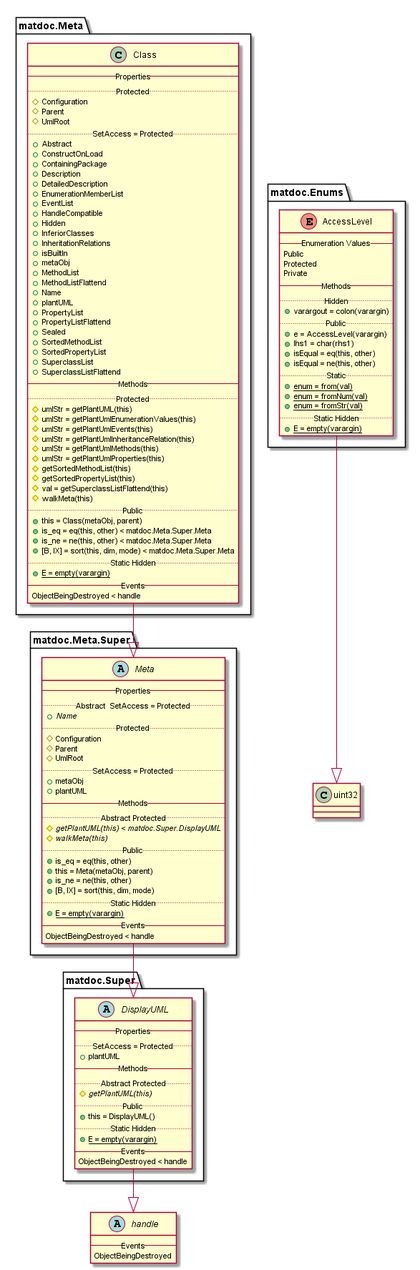
This is doc/uml-examples/export-class-PropertyInheritanceHint-false.png from flxdot/matdoc, a PlantUML export, as it was before one commit.
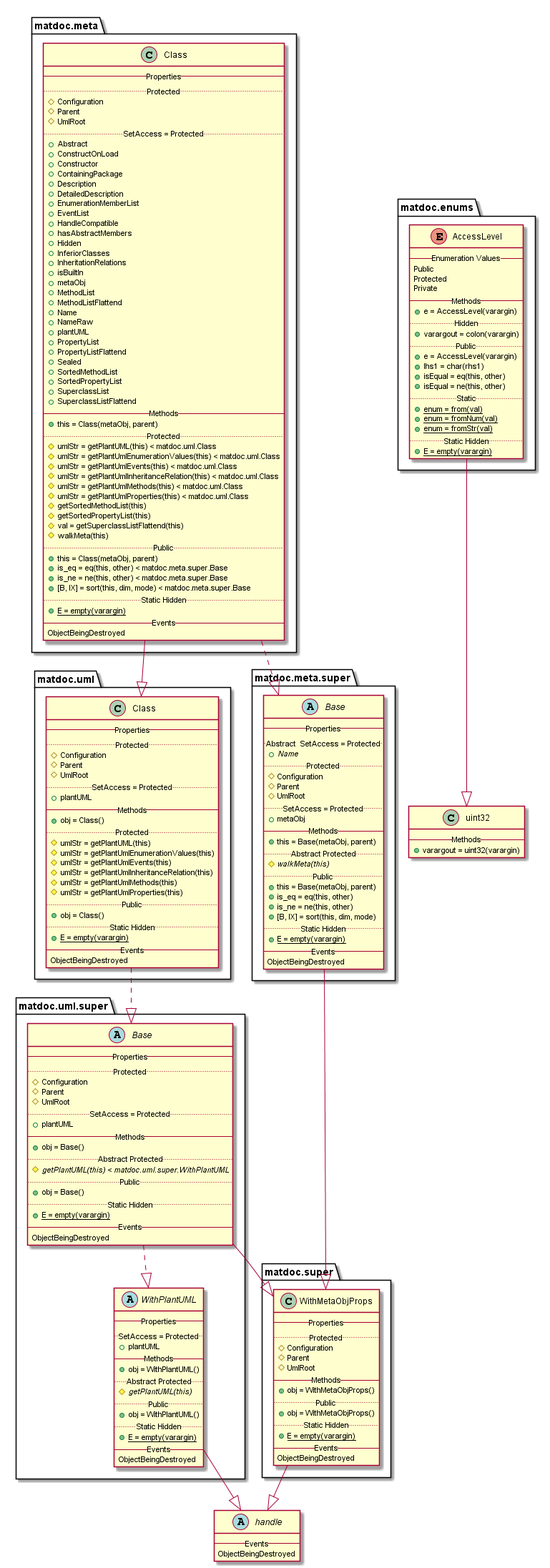
The same diagram one commit later.

Diff of the diagram source:
```diff
@@ -6,12 +6,13 @@
 }
 
 
-enum matdoc.Enums.AccessLevel {
+enum matdoc.enums.AccessLevel {
    -- Enumeration Values --
    Public
    Protected
    Private
    -- Methods --
+   {method} + e = AccessLevel(varargin)
    .. Hidden ..
    {method} + varargout = colon(varargin)
    .. Public ..
@@ -27,9 +28,9 @@
    {method}{static} + E = empty(varargin)
 }
 
-matdoc.Enums.AccessLevel --|> uint32
+matdoc.enums.AccessLevel --|> uint32
 
-class matdoc.Meta.Class {
+class matdoc.meta.Class {
    -- Properties --
    .. Protected ..
    {field} # Configuration
@@ -38,12 +39,14 @@
    .. SetAccess = Protected ..
    {field} + Abstract
    {field} + ConstructOnLoad
+   {field} + Constructor
    {field} + ContainingPackage
    {field} + Description
    {field} + DetailedDescription
    {field} + EnumerationMemberList
    {field} + EventList
    {field} + HandleCompatible
+   {field} + hasAbstractMembers
    {field} + Hidden
    {field} + InferiorClasses
    {field} + InheritationRelations
@@ -52,6 +55,7 @@
    {field} + MethodList
    {field} + MethodListFlattend
    {field} + Name
+   {field} + NameRaw
    {field} + plantUML
    {field} + PropertyList
    {field} + PropertyListFlattend
@@ -61,31 +65,33 @@
    {field} + SuperclassList
    {field} + SuperclassListFlattend
    -- Methods --
+   {method} + this = Class(metaObj, parent)
    .. Protected ..
-   {method} # umlStr = getPlantUML(this)
-   {method} # umlStr = getPlantUmlEnumerationValues(this)
-   {method} # umlStr = getPlantUmlEvents(this)
-   {method} # umlStr = getPlantUmlInheritanceRelation(this)
-   {method} # umlStr = getPlantUmlMethods(this)
-   {method} # umlStr = getPlantUmlProperties(this)
+   {method} # umlStr = getPlantUML(this) < matdoc.uml.Class
+   {method} # umlStr = getPlantUmlEnumerationValues(this) < matdoc.uml.Class
+   {method} # umlStr = getPlantUmlEvents(this) < matdoc.uml.Class
+   {method} # umlStr = getPlantUmlInheritanceRelation(this) < matdoc.uml.Class
+   {method} # umlStr = getPlantUmlMethods(this) < matdoc.uml.Class
+   {method} # umlStr = getPlantUmlProperties(this) < matdoc.uml.Class
    {method} # getSortedMethodList(this)
    {method} # getSortedPropertyList(this)
    {method} # val = getSuperclassListFlattend(this)
    {method} # walkMeta(this)
    .. Public ..
    {method} + this = Class(metaObj, parent)
-   {method} + is_eq = eq(this, other) < matdoc.Meta.Super.Meta
-   {method} + is_ne = ne(this, other) < matdoc.Meta.Super.Meta
-   {method} + [B, IX] = sort(this, dim, mode) < matdoc.Meta.Super.Meta
+   {method} + is_eq = eq(this, other) < matdoc.meta.super.Base
+   {method} + is_ne = ne(this, other) < matdoc.meta.super.Base
+   {method} + [B, IX] = sort(this, dim, mode) < matdoc.meta.super.Base
    .. Static Hidden ..
    {method}{static} + E = empty(varargin)
    -- Events --
-   ObjectBeingDestroyed < handle
+   ObjectBeingDestroyed
 }
 
-matdoc.Meta.Class --|> matdoc.Meta.Super.Meta
+matdoc.meta.Class ..|> matdoc.meta.super.Base
+matdoc.meta.Class --|> matdoc.uml.Class
 
-abstract class matdoc.Meta.Super.Meta {
+abstract class matdoc.meta.super.Base {
    -- Properties --
    .. Abstract  SetAccess = Protected ..
    {field}{abstract} + Name
@@ -95,42 +101,112 @@
    {field} # UmlRoot
    .. SetAccess = Protected ..
    {field} + metaObj
-   {field} + plantUML
    -- Methods --
+   {method} + this = Base(metaObj, parent)
    .. Abstract Protected ..
-   {method}{abstract} # getPlantUML(this) < matdoc.Super.DisplayUML
    {method}{abstract} # walkMeta(this)
    .. Public ..
+   {method} + this = Base(metaObj, parent)
    {method} + is_eq = eq(this, other)
-   {method} + this = Meta(metaObj, parent)
    {method} + is_ne = ne(this, other)
    {method} + [B, IX] = sort(this, dim, mode)
    .. Static Hidden ..
    {method}{static} + E = empty(varargin)
    -- Events --
-   ObjectBeingDestroyed < handle
+   ObjectBeingDestroyed
 }
 
-matdoc.Meta.Super.Meta --|> matdoc.Super.DisplayUML
+matdoc.meta.super.Base --|> matdoc.super.WithMetaObjProps
 
-abstract class matdoc.Super.DisplayUML {
+class matdoc.super.WithMetaObjProps {
+   -- Properties --
+   .. Protected ..
+   {field} # Configuration
+   {field} # Parent
+   {field} # UmlRoot
+   -- Methods --
+   {method} + obj = WithMetaObjProps()
+   .. Public ..
+   {method} + obj = WithMetaObjProps()
+   .. Static Hidden ..
+   {method}{static} + E = empty(varargin)
+   -- Events --
+   ObjectBeingDestroyed
+}
+
+matdoc.super.WithMetaObjProps --|> handle
+
+class matdoc.uml.Class {
+   -- Properties --
+   .. Protected ..
+   {field} # Configuration
+   {field} # Parent
+   {field} # UmlRoot
+   .. SetAccess = Protected ..
+   {field} + plantUML
+   -- Methods --
+   {method} + obj = Class()
+   .. Protected ..
+   {method} # umlStr = getPlantUML(this)
+   {method} # umlStr = getPlantUmlEnumerationValues(this)
+   {method} # umlStr = getPlantUmlEvents(this)
+   {method} # umlStr = getPlantUmlInheritanceRelation(this)
+   {method} # umlStr = getPlantUmlMethods(this)
+   {method} # umlStr = getPlantUmlProperties(this)
+   .. Public ..
+   {method} + obj = Class()
+   .. Static Hidden ..
+   {method}{static} + E = empty(varargin)
+   -- Events --
+   ObjectBeingDestroyed
+}
+
+matdoc.uml.Class ..|> matdoc.uml.super.Base
+
+abstract class matdoc.uml.super.Base {
+   -- Properties --
+   .. Protected ..
+   {field} # Configuration
+   {field} # Parent
+   {field} # UmlRoot
+   .. SetAccess = Protected ..
+   {field} + plantUML
+   -- Methods --
+   {method} + obj = Base()
+   .. Abstract Protected ..
+   {method}{abstract} # getPlantUML(this) < matdoc.uml.super.WithPlantUML
+   .. Public ..
+   {method} + obj = Base()
+   .. Static Hidden ..
+   {method}{static} + E = empty(varargin)
+   -- Events --
+   ObjectBeingDestroyed
+}
+
+matdoc.uml.super.Base --|> matdoc.super.WithMetaObjProps
+matdoc.uml.super.Base ..|> matdoc.uml.super.WithPlantUML
+
+abstract class matdoc.uml.super.WithPlantUML {
    -- Properties --
    .. SetAccess = Protected ..
    {field} + plantUML
    -- Methods --
+   {method} + obj = WithPlantUML()
    .. Abstract Protected ..
    {method}{abstract} # getPlantUML(this)
    .. Public ..
-   {method} + this = DisplayUML()
+   {method} + obj = WithPlantUML()
    .. Static Hidden ..
    {method}{static} + E = empty(varargin)
    -- Events --
-   ObjectBeingDestroyed < handle
+   ObjectBeingDestroyed
 }
 
-matdoc.Super.DisplayUML --|> handle
+matdoc.uml.super.WithPlantUML --|> handle
 
 class uint32 {
+   -- Methods --
+   {method} + varargout = uint32(varargin)
 }
 
 
```
